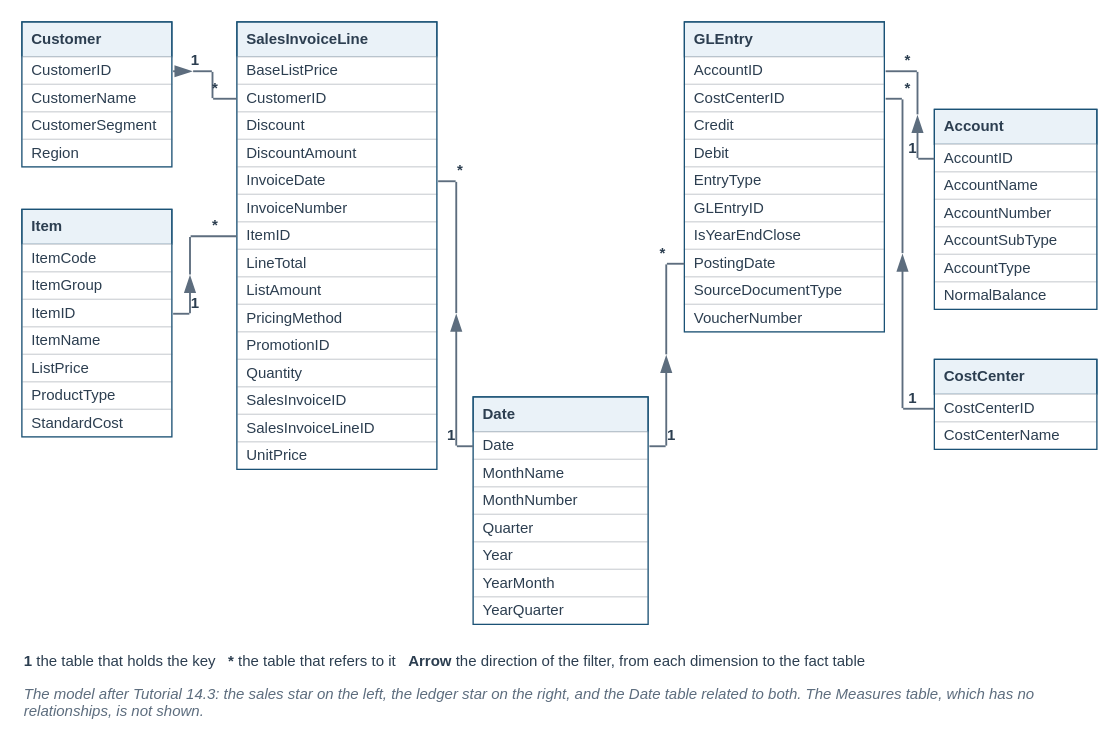
Above: visuals/src/fig-14-08-two-stars.drawio in mmcodesso/Accounting_Analytics_Book (draw.io), before the change. Source tidied: cells renumbered, new cells numbered last; positions are measured from the earlier drawing's top-left corner, leaving out a move shared by most shapes. Both pictures are drawn from the tidied source at 125%, with x=0, y=0 at pixel (21, 21).
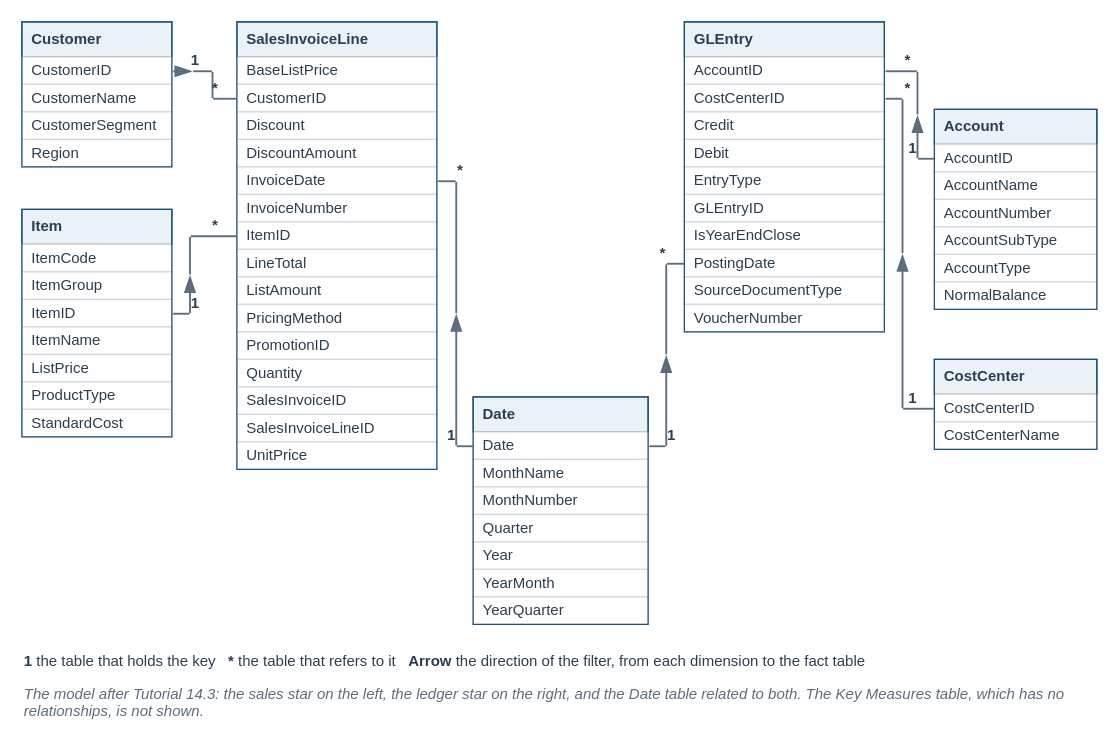
After the change.

The edit, as a diff of the source:
```diff
@@
-    <mxCell id="141" value="&lt;i&gt;The model after Tutorial 14.3: the sales star on the left, the ledger star on the right, and the Date table related to both. The Measures table, which has no relationships, is not shown.&lt;/i&gt;" style="text;html=1;whiteSpace=wrap;align=left;verticalAlign=top;fontSize=12;fontColor=#5D6D7E;fontStyle=0;fontFamily=Helvetica;spacing=2;fillColor=none;strokeColor=none;" parent="1" vertex="1">
+    <mxCell id="141" value="&lt;i&gt;The model after Tutorial 14.3: the sales star on the left, the ledger star on the right, and the Date table related to both. The Key Measures table, which has no relationships, is not shown.&lt;/i&gt;" style="text;html=1;whiteSpace=wrap;align=left;verticalAlign=top;fontSize=12;fontColor=#5D6D7E;fontStyle=0;fontFamily=Helvetica;spacing=2;fillColor=none;strokeColor=none;" parent="1" vertex="1">
       <mxGeometry y="524" width="860" height="40" as="geometry" />
     </mxCell>
```
